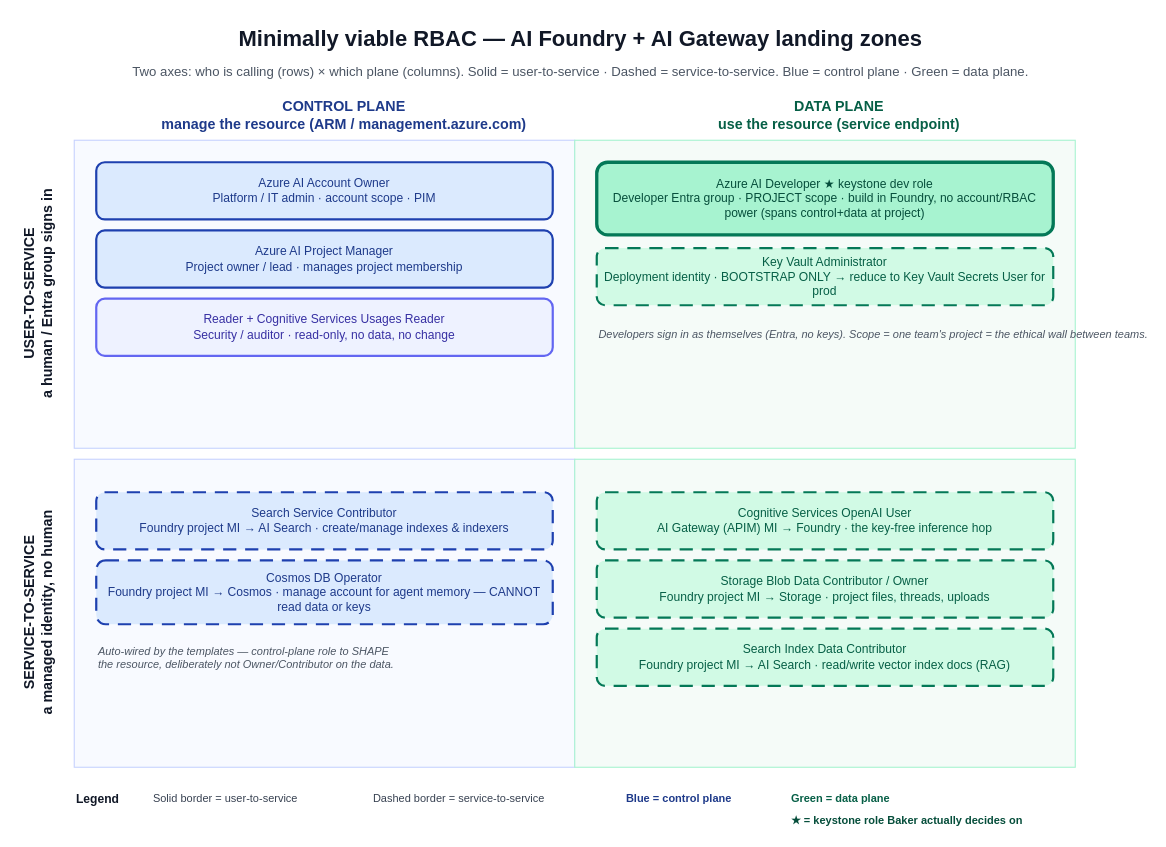
troyhite/terraform-azurerm-avm-ptn-aiml-landing-zone keeps this draw.io diagram as examples/baker-mckenzie-workshop/diagrams/foundry-gateway-rbac.drawio. Above is the earlier version. Source tidied: cells renumbered, new cells numbered last; positions are measured from the earlier drawing's top-left corner, leaving out a move shared by most shapes. Both pictures are drawn from the tidied source at 110%, with x=0, y=0 at pixel (19, 19).
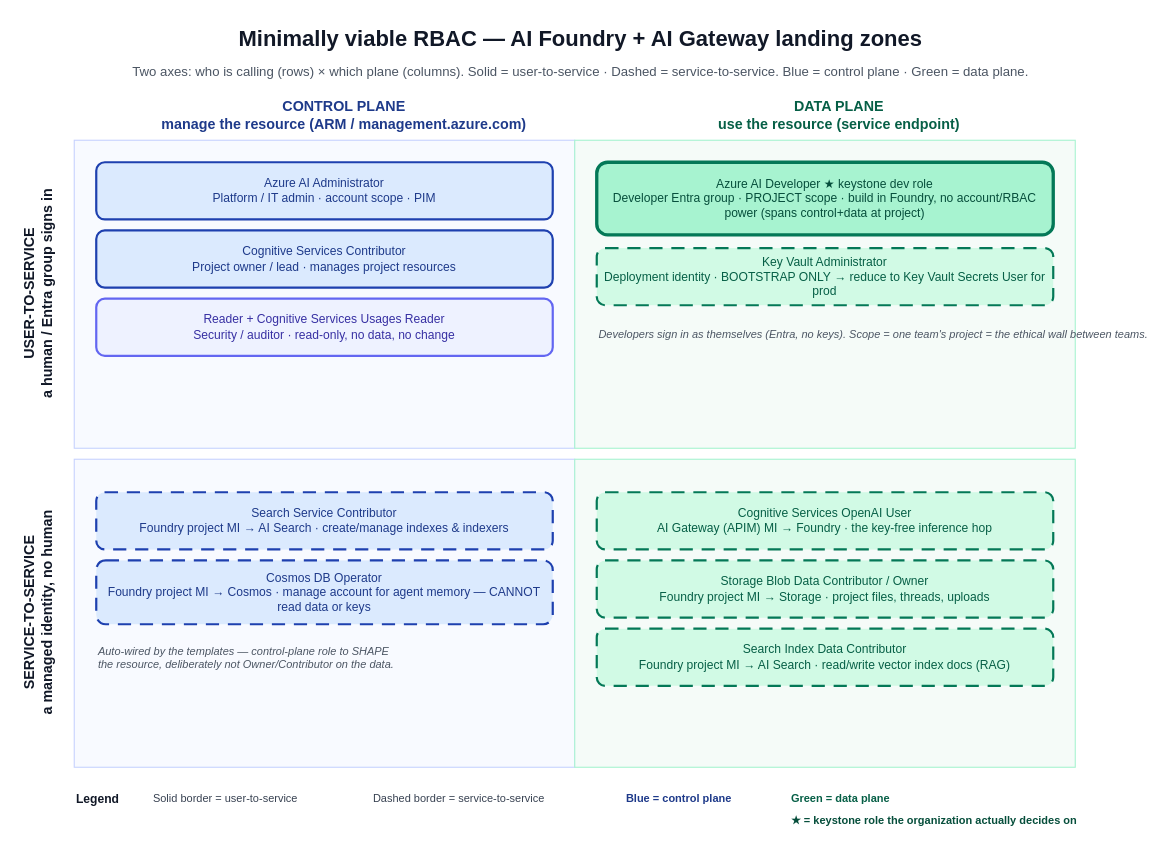
The same diagram, later.

Diff of the diagram source:
```diff
@@
-    <mxCell id="12" value="Azure AI Account Owner&#10;Platform / IT admin · account scope · PIM" style="rounded=1;whiteSpace=wrap;html=1;fillColor=#DBEAFE;strokeColor=#1E40AF;fontColor=#1E3A8A;fontSize=11;strokeWidth=2;" parent="1" vertex="1">
+    <mxCell id="12" value="Azure AI Administrator&#10;Platform / IT admin · account scope · PIM" style="rounded=1;whiteSpace=wrap;html=1;fillColor=#DBEAFE;strokeColor=#1E40AF;fontColor=#1E3A8A;fontSize=11;strokeWidth=2;" parent="1" vertex="1">
       <mxGeometry x="70" y="130" width="415" height="52" as="geometry" />
     </mxCell>
-    <mxCell id="13" value="Azure AI Project Manager&#10;Project owner / lead · manages project membership" style="rounded=1;whiteSpace=wrap;html=1;fillColor=#DBEAFE;strokeColor=#1E40AF;fontColor=#1E3A8A;fontSize=11;strokeWidth=2;" parent="1" vertex="1">
+    <mxCell id="13" value="Cognitive Services Contributor&#10;Project owner / lead · manages project resources" style="rounded=1;whiteSpace=wrap;html=1;fillColor=#DBEAFE;strokeColor=#1E40AF;fontColor=#1E3A8A;fontSize=11;strokeWidth=2;" parent="1" vertex="1">
       <mxGeometry x="70" y="192" width="415" height="52" as="geometry" />
     </mxCell>
@@
-    <mxCell id="29" value="★ = keystone role Baker actually decides on" style="text;html=1;align=left;fontSize=10;fontColor=#064E3B;fontStyle=1;" parent="1" vertex="1">
+    <mxCell id="29" value="★ = keystone role the organization actually decides on" style="text;html=1;align=left;fontSize=10;fontColor=#064E3B;fontStyle=1;" parent="1" vertex="1">
       <mxGeometry x="700" y="716" width="260" height="20" as="geometry" />
     </mxCell>
```
